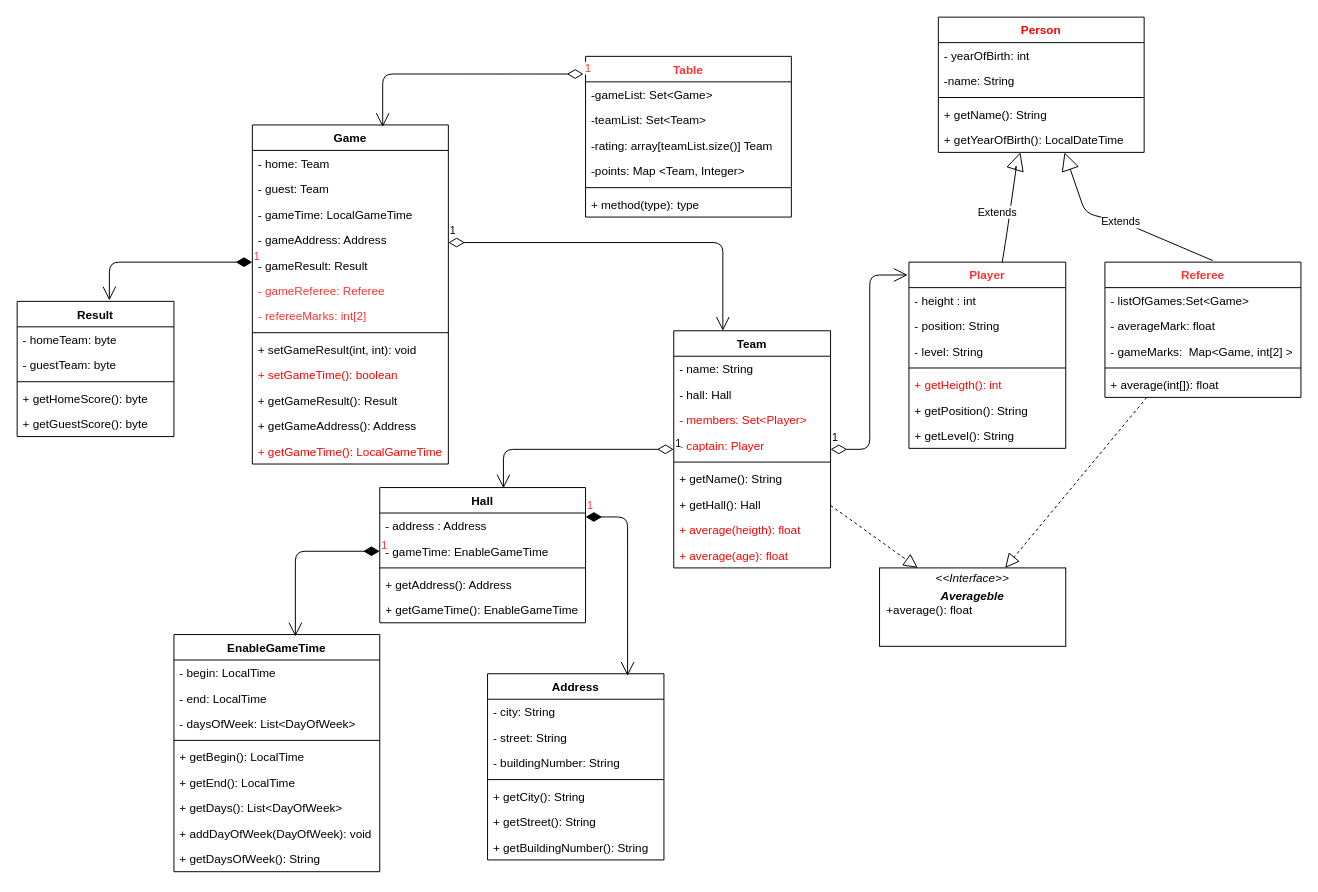
Above: first.drawio in Roman-Polovtsev/Superleage (draw.io), before the change. Source tidied: cells renumbered, new cells numbered last; positions are measured from the earlier drawing's top-left corner, leaving out a move shared by most shapes. Both pictures are drawn from the tidied source at 98%, with x=0, y=0 at pixel (17, 17).
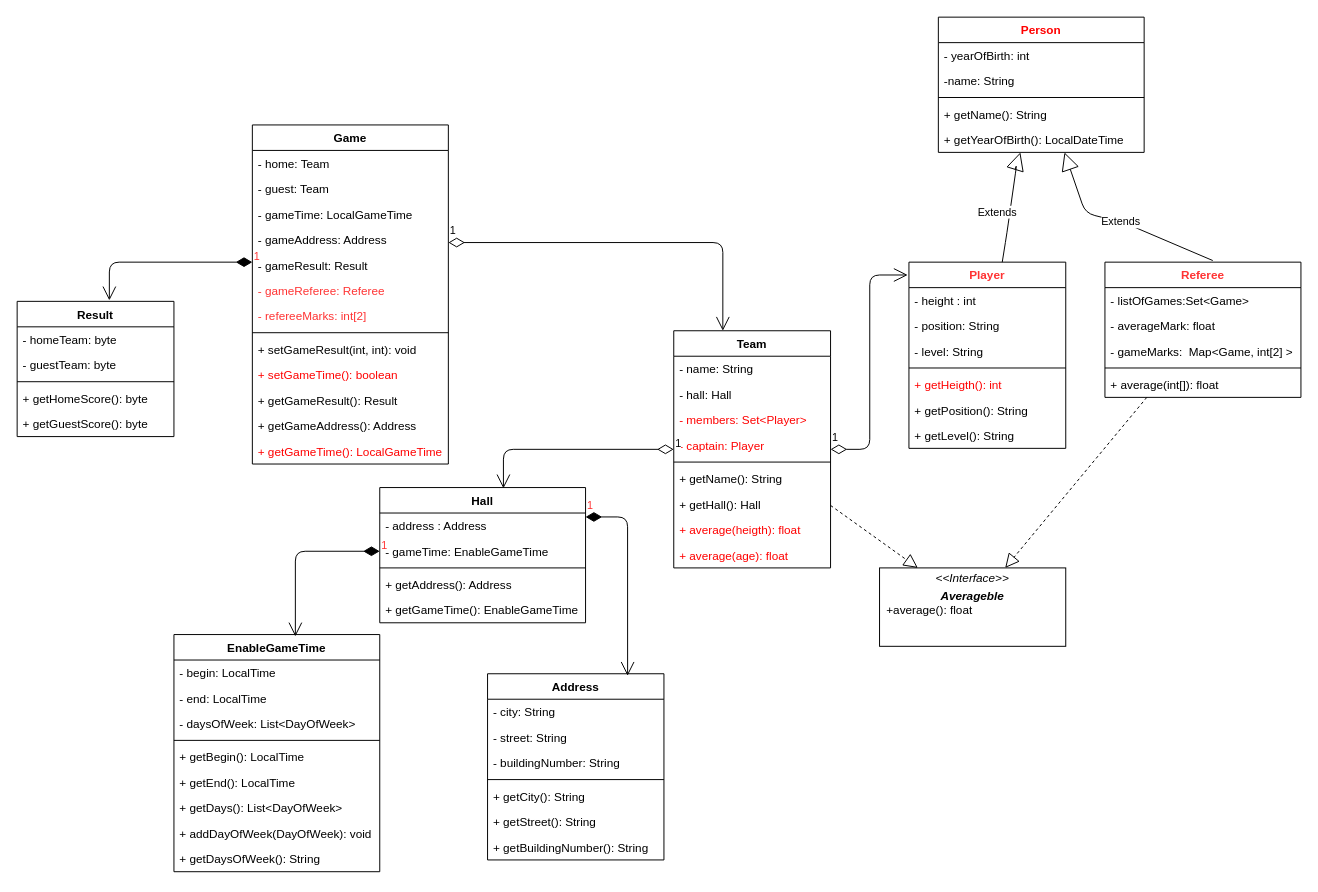
After the change.

Unchanged cells that the change refers to:
```xml
<mxCell id="49" value="Game" style="swimlane;fontStyle=1;align=center;verticalAlign=top;horizontal=1;startSize=26;" parent="1" vertex="1">
  <mxGeometry x="240" y="110" width="200" height="346" as="geometry" />
</mxCell>
```

Diff of the diagram source:
```diff
@@
-    <mxCell id="2" value="Table" style="swimlane;fontStyle=1;align=center;verticalAlign=top;horizontal=1;startSize=26;fontColor=#FF3333;" parent="1" vertex="1">
-      <mxGeometry x="580" y="40" width="210" height="164" as="geometry" />
-    </mxCell>
-    <mxCell id="3" value="-gameList: Set&lt;Game&gt;" style="text;strokeColor=none;fillColor=none;align=left;verticalAlign=top;spacingLeft=4;spacingRight=4;overflow=hidden;" parent="2" vertex="1">
-      <mxGeometry y="26" width="210" height="26" as="geometry" />
-    </mxCell>
-    <mxCell id="4" value="-teamList: Set&lt;Team&gt;" style="text;strokeColor=none;fillColor=none;align=left;verticalAlign=top;spacingLeft=4;spacingRight=4;overflow=hidden;" parent="2" vertex="1">
-      <mxGeometry y="52" width="210" height="26" as="geometry" />
-    </mxCell>
-    <mxCell id="5" value="-rating: array[teamList.size()] Team" style="text;strokeColor=none;fillColor=none;align=left;verticalAlign=top;spacingLeft=4;spacingRight=4;overflow=hidden;" parent="2" vertex="1">
-      <mxGeometry y="78" width="210" height="26" as="geometry" />
-    </mxCell>
-    <mxCell id="6" value="-points: Map &lt;Team, Integer&gt;" style="text;strokeColor=none;fillColor=none;align=left;verticalAlign=top;spacingLeft=4;spacingRight=4;overflow=hidden;" parent="2" vertex="1">
-      <mxGeometry y="104" width="210" height="26" as="geometry" />
-    </mxCell>
-    <mxCell id="7" style="line;strokeWidth=1;fillColor=none;align=left;verticalAlign=middle;spacingTop=-1;spacingLeft=3;spacingRight=3;labelPosition=right;" parent="2" vertex="1">
-      <mxGeometry y="130" width="210" height="8" as="geometry" />
-    </mxCell>
-    <mxCell id="8" value="+ method(type): type" style="text;strokeColor=none;fillColor=none;align=left;verticalAlign=top;spacingLeft=4;spacingRight=4;overflow=hidden;" parent="2" vertex="1">
-      <mxGeometry y="138" width="210" height="26" as="geometry" />
-    </mxCell>
@@
-    <mxCell id="82" value="1" style="endArrow=open;html=1;endSize=12;startArrow=diamondThin;startSize=14;startFill=0;edgeStyle=orthogonalEdgeStyle;align=left;verticalAlign=bottom;fontColor=#FF3333;entryX=0.665;entryY=0.006;entryDx=0;entryDy=0;entryPerimeter=0;exitX=-0.01;exitY=0.11;exitDx=0;exitDy=0;exitPerimeter=0;" parent="1" edge="1" source="2" target="49">
-      <mxGeometry x="-1" y="3" relative="1" as="geometry">
-        <Array as="points">
-          <mxPoint x="373" y="58" />
-        </Array>
-      </mxGeometry>
-    </mxCell>
```
